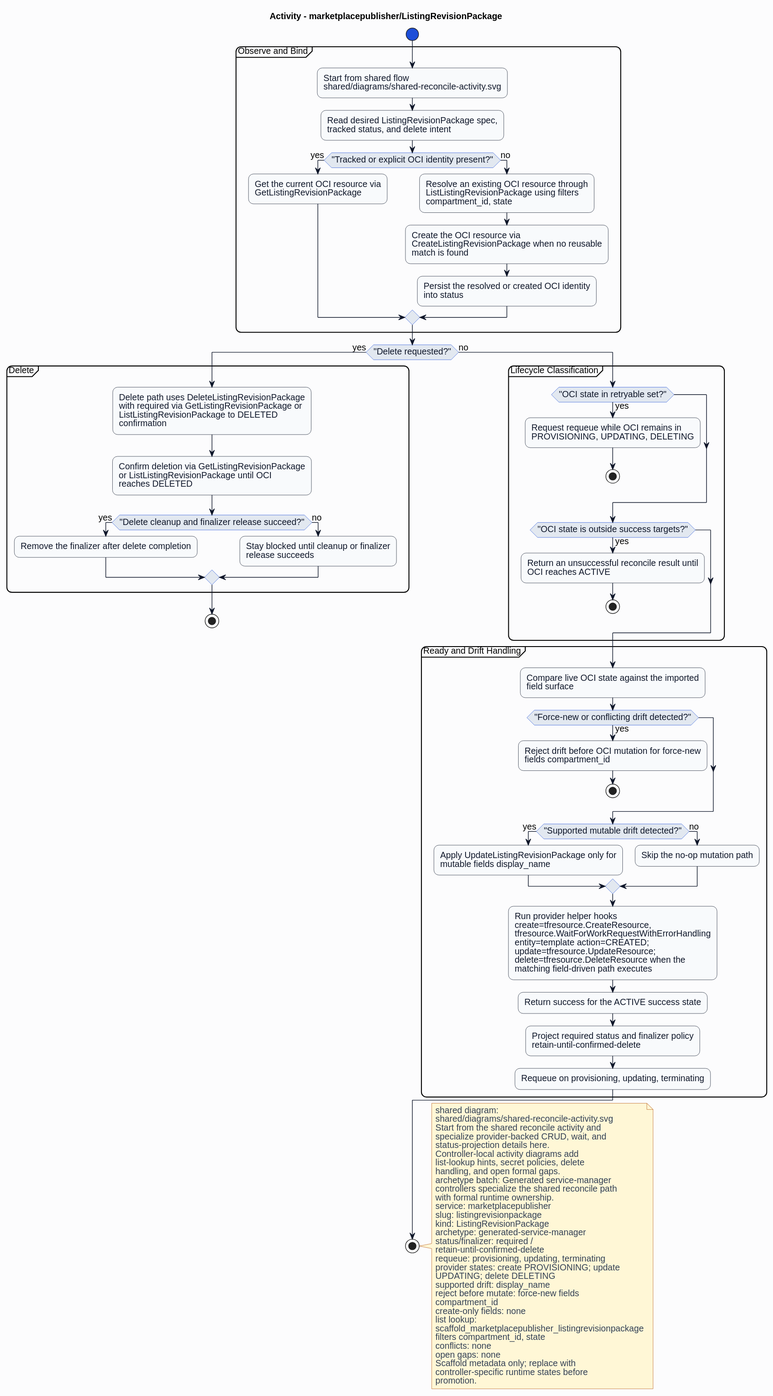
HaoyL666/oci-service-operator keeps this PlantUML diagram as formal/controllers/marketplacepublisher/listingrevisionpackage/diagrams/activity.svg. Above is the earlier version.
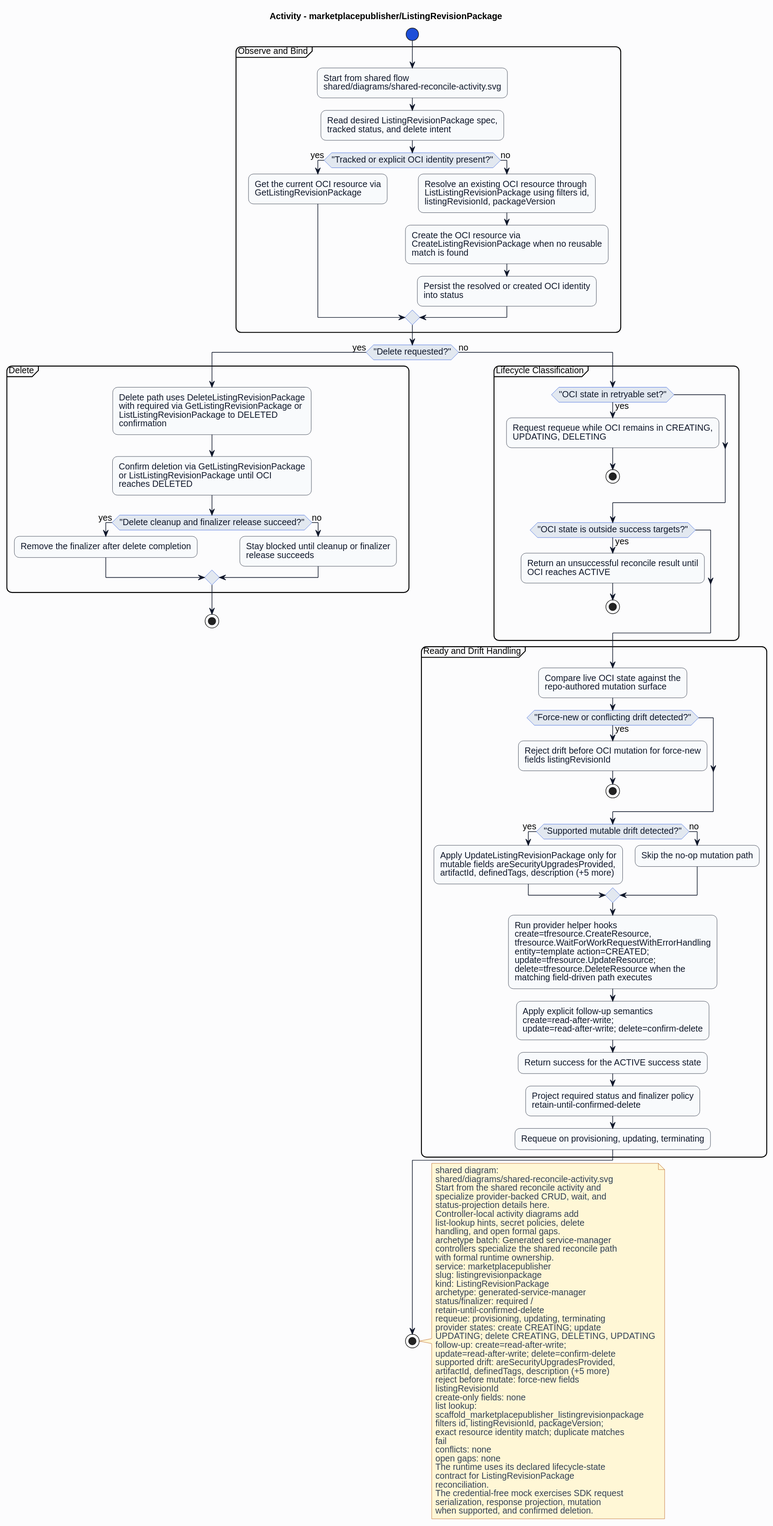
The same diagram one commit later.

Change to the diagram source:
```diff
@@ -27,7 +27,7 @@
 if ("Tracked or explicit OCI identity present?") then (yes)
 :Get the current OCI resource via\nGetListingRevisionPackage;
 else (no)
-:Resolve an existing OCI resource through\nListListingRevisionPackage using filters\ncompartment_id, state;
+:Resolve an existing OCI resource through\nListListingRevisionPackage using filters id,\nlistingRevisionId, packageVersion;
 :Create the OCI resource via\nCreateListingRevisionPackage when no reusable\nmatch is found;
 :Persist the resolved or created OCI identity\ninto status;
 endif
@@ -46,7 +46,7 @@
 else (no)
 partition "Lifecycle Classification" {
 if ("OCI state in retryable set?") then (yes)
-:Request requeue while OCI remains in\nPROVISIONING, UPDATING, DELETING;
+:Request requeue while OCI remains in CREATING,\nUPDATING, DELETING;
 stop
 endif
 if ("OCI state is outside success targets?") then (yes)
@@ -55,17 +55,18 @@
 endif
 }
 partition "Ready and Drift Handling" {
-:Compare live OCI state against the imported\nfield surface;
+:Compare live OCI state against the\nrepo-authored mutation surface;
 if ("Force-new or conflicting drift detected?") then (yes)
-:Reject drift before OCI mutation for force-new\nfields compartment_id;
+:Reject drift before OCI mutation for force-new\nfields listingRevisionId;
 stop
 endif
 if ("Supported mutable drift detected?") then (yes)
-:Apply UpdateListingRevisionPackage only for\nmutable fields display_name;
+:Apply UpdateListingRevisionPackage only for\nmutable fields areSecurityUpgradesProvided,\nartifactId, definedTags, description (+5 more);
 else (no)
 :Skip the no-op mutation path;
 endif
 :Run provider helper hooks\ncreate=tfresource.CreateResource,\ntfresource.WaitForWorkRequestWithErrorHandling\nentity=template action=CREATED;\nupdate=tfresource.UpdateResource;\ndelete=tfresource.DeleteResource when the\nmatching field-driven path executes;
+:Apply explicit follow-up semantics\ncreate=read-after-write;\nupdate=read-after-write; delete=confirm-delete;
 :Return success for the ACTIVE success state;
 :Project required status and finalizer policy\nretain-until-confirmed-delete;
 :Requeue on provisioning, updating, terminating;
@@ -91,19 +92,27 @@
 status/finalizer: required /
 retain-until-confirmed-delete
 requeue: provisioning, updating, terminating
-provider states: create PROVISIONING; update
-UPDATING; delete DELETING
-supported drift: display_name
+provider states: create CREATING; update
+UPDATING; delete CREATING, DELETING, UPDATING
+follow-up: create=read-after-write;
+update=read-after-write; delete=confirm-delete
+supported drift: areSecurityUpgradesProvided,
+artifactId, definedTags, description (+5 more)
 reject before mutate: force-new fields
-compartment_id
+listingRevisionId
 create-only fields: none
 list lookup:
 scaffold_marketplacepublisher_listingrevisionpackage
-filters compartment_id, state
+filters id, listingRevisionId, packageVersion;
+exact resource identity match; duplicate matches
+fail
 conflicts: none
 open gaps: none
-Scaffold metadata only; replace with
-controller-specific runtime states before
-promotion.
+The runtime uses its declared lifecycle-state
+contract for ListingRevisionPackage
+reconciliation.
+The credential-free mock exercises SDK request
+serialization, response projection, mutation
+when supported, and confirmed deletion.
 end note
 @enduml
```
